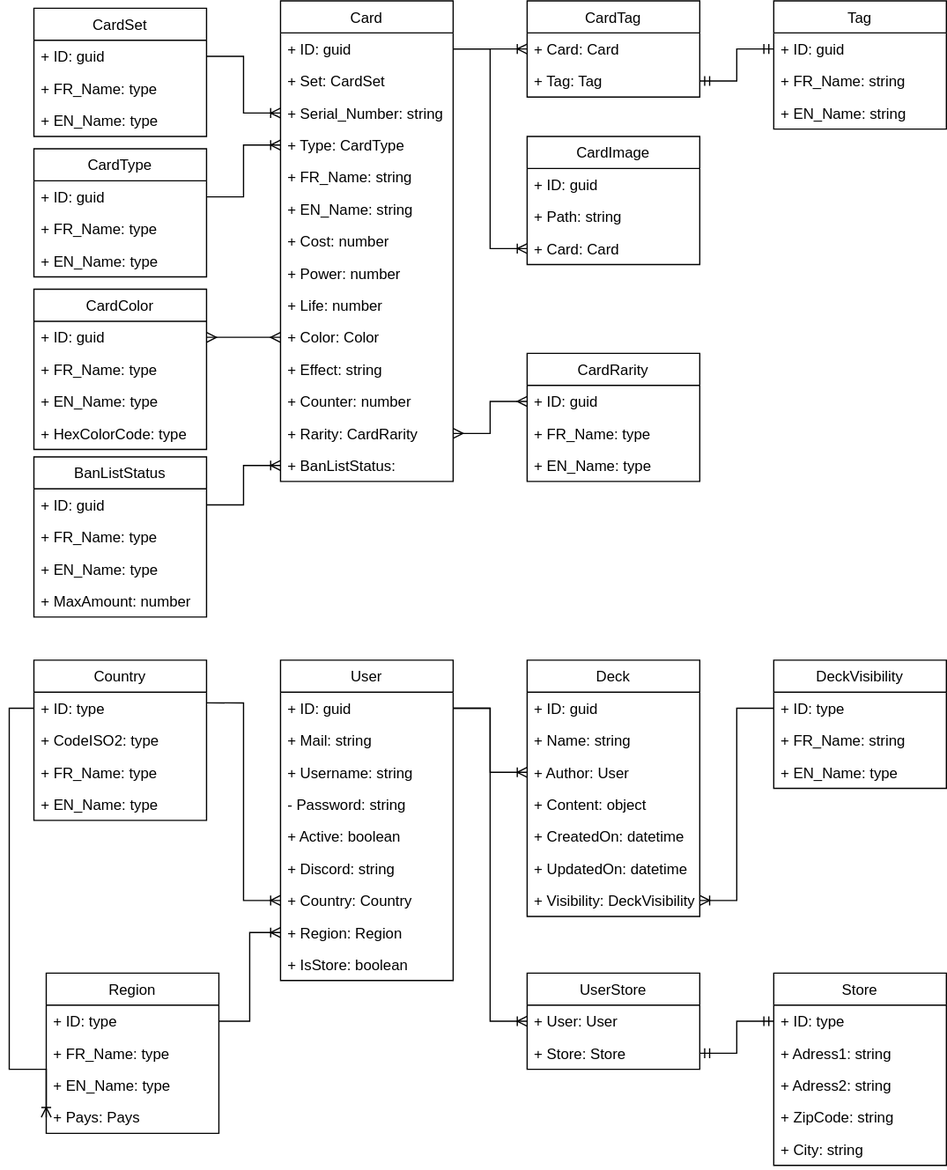
Earlier version of the draw.io export OPTCG_Diagram_Preview.drawio.svg (Yohan-Frmt/OPTCG). Source tidied: cells renumbered, new cells last; positions are measured from the earlier drawing's top-left corner, leaving out a move shared by most shapes.
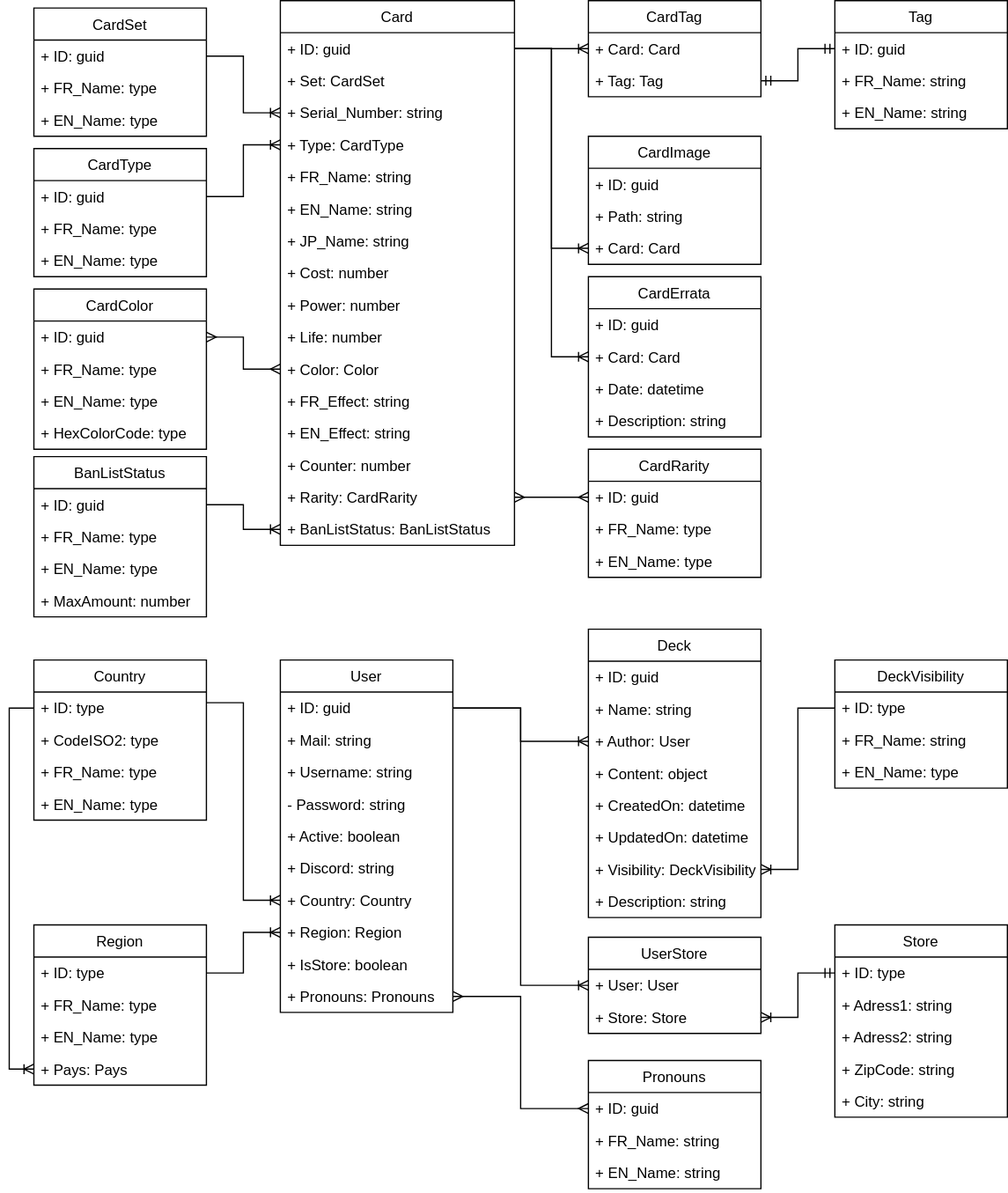
Later version of the same file.

What changed in the source:
```diff
@@ -3,52 +3,58 @@
     <mxCell id="0" />
     <mxCell id="1" parent="0" />
     <mxCell id="2" value="Card" style="swimlane;fontStyle=0;horizontal=1;startSize=26;fillColor=none;" parent="1" vertex="1">
-      <mxGeometry x="220" width="140" height="390" as="geometry" />
+      <mxGeometry x="220" width="190" height="442" as="geometry" />
     </mxCell>
     <mxCell id="3" value="+ ID: guid" style="text;strokeColor=none;fillColor=none;align=left;verticalAlign=top;spacingLeft=4;spacingRight=4;overflow=hidden;points=[[0,0.5],[1,0.5]];portConstraint=eastwest;" parent="2" vertex="1">
-      <mxGeometry y="26" width="140" height="26" as="geometry" />
+      <mxGeometry y="26" width="190" height="26" as="geometry" />
     </mxCell>
     <mxCell id="4" value="+ Set: CardSet" style="text;strokeColor=none;fillColor=none;align=left;verticalAlign=top;spacingLeft=4;spacingRight=4;overflow=hidden;" parent="2" vertex="1">
-      <mxGeometry y="52" width="140" height="26" as="geometry" />
+      <mxGeometry y="52" width="190" height="26" as="geometry" />
     </mxCell>
     <mxCell id="5" value="+ Serial_Number: string" style="text;strokeColor=none;fillColor=none;align=left;verticalAlign=top;spacingLeft=4;spacingRight=4;overflow=hidden;points=[[0,0.5],[1,0.5]];portConstraint=eastwest;" parent="2" vertex="1">
-      <mxGeometry y="78" width="140" height="26" as="geometry" />
+      <mxGeometry y="78" width="190" height="26" as="geometry" />
     </mxCell>
     <mxCell id="6" value="+ Type: CardType" style="text;strokeColor=none;fillColor=none;align=left;verticalAlign=top;spacingLeft=4;spacingRight=4;overflow=hidden;points=[[0,0.5],[1,0.5]];portConstraint=eastwest;" parent="2" vertex="1">
-      <mxGeometry y="104" width="140" height="26" as="geometry" />
+      <mxGeometry y="104" width="190" height="26" as="geometry" />
     </mxCell>
     <mxCell id="7" value="+ FR_Name: string" style="text;strokeColor=none;fillColor=none;align=left;verticalAlign=top;spacingLeft=4;spacingRight=4;overflow=hidden;" parent="2" vertex="1">
-      <mxGeometry y="130" width="140" height="26" as="geometry" />
+      <mxGeometry y="130" width="190" height="26" as="geometry" />
     </mxCell>
     <mxCell id="8" value="+ EN_Name: string" style="text;strokeColor=none;fillColor=none;align=left;verticalAlign=top;spacingLeft=4;spacingRight=4;overflow=hidden;" parent="2" vertex="1">
-      <mxGeometry y="156" width="140" height="26" as="geometry" />
+      <mxGeometry y="156" width="190" height="26" as="geometry" />
     </mxCell>
+    <mxCell id="106" value="+ JP_Name: string" style="text;strokeColor=none;fillColor=none;align=left;verticalAlign=top;spacingLeft=4;spacingRight=4;overflow=hidden;" parent="2" vertex="1">
+      <mxGeometry y="182" width="190" height="26" as="geometry" />
+    </mxCell>
     <mxCell id="9" value="+ Cost: number" style="text;strokeColor=none;fillColor=none;align=left;verticalAlign=top;spacingLeft=4;spacingRight=4;overflow=hidden;" parent="2" vertex="1">
-      <mxGeometry y="182" width="140" height="26" as="geometry" />
+      <mxGeometry y="208" width="190" height="26" as="geometry" />
     </mxCell>
     <mxCell id="10" value="+ Power: number" style="text;strokeColor=none;fillColor=none;align=left;verticalAlign=top;spacingLeft=4;spacingRight=4;overflow=hidden;" parent="2" vertex="1">
-      <mxGeometry y="208" width="140" height="26" as="geometry" />
+      <mxGeometry y="234" width="190" height="26" as="geometry" />
     </mxCell>
     <mxCell id="11" value="+ Life: number" style="text;strokeColor=none;fillColor=none;align=left;verticalAlign=top;spacingLeft=4;spacingRight=4;overflow=hidden;" parent="2" vertex="1">
-      <mxGeometry y="234" width="140" height="26" as="geometry" />
+      <mxGeometry y="260" width="190" height="26" as="geometry" />
     </mxCell>
     <mxCell id="12" value="+ Color: Color" style="text;strokeColor=none;fillColor=none;align=left;verticalAlign=top;spacingLeft=4;spacingRight=4;overflow=hidden;points=[[0,0.5],[1,0.5]];portConstraint=eastwest;" parent="2" vertex="1">
-      <mxGeometry y="260" width="140" height="26" as="geometry" />
+      <mxGeometry y="286" width="190" height="26" as="geometry" />
     </mxCell>
-    <mxCell id="13" value="+ Effect: string" style="text;strokeColor=none;fillColor=none;align=left;verticalAlign=top;spacingLeft=4;spacingRight=4;overflow=hidden;" parent="2" vertex="1">
-      <mxGeometry y="286" width="140" height="26" as="geometry" />
+    <mxCell id="13" value="+ FR_Effect: string" style="text;strokeColor=none;fillColor=none;align=left;verticalAlign=top;spacingLeft=4;spacingRight=4;overflow=hidden;" parent="2" vertex="1">
+      <mxGeometry y="312" width="190" height="26" as="geometry" />
     </mxCell>
+    <mxCell id="107" value="+ EN_Effect: string" style="text;strokeColor=none;fillColor=none;align=left;verticalAlign=top;spacingLeft=4;spacingRight=4;overflow=hidden;" parent="2" vertex="1">
+      <mxGeometry y="338" width="190" height="26" as="geometry" />
+    </mxCell>
     <mxCell id="14" value="+ Counter: number" style="text;strokeColor=none;fillColor=none;align=left;verticalAlign=top;spacingLeft=4;spacingRight=4;overflow=hidden;" parent="2" vertex="1">
-      <mxGeometry y="312" width="140" height="26" as="geometry" />
+      <mxGeometry y="364" width="190" height="26" as="geometry" />
     </mxCell>
     <mxCell id="15" value="+ Rarity: CardRarity" style="text;strokeColor=none;fillColor=none;align=left;verticalAlign=top;spacingLeft=4;spacingRight=4;overflow=hidden;points=[[0,0.5],[1,0.5]];portConstraint=eastwest;" parent="2" vertex="1">
-      <mxGeometry y="338" width="140" height="26" as="geometry" />
+      <mxGeometry y="390" width="190" height="26" as="geometry" />
     </mxCell>
-    <mxCell id="16" value="+ BanListStatus: " style="text;strokeColor=none;fillColor=none;align=left;verticalAlign=top;spacingLeft=4;spacingRight=4;overflow=hidden;points=[[0,0.5],[1,0.5]];portConstraint=eastwest;" parent="2" vertex="1">
-      <mxGeometry y="364" width="140" height="26" as="geometry" />
+    <mxCell id="16" value="+ BanListStatus: BanListStatus" style="text;strokeColor=none;fillColor=none;align=left;verticalAlign=top;spacingLeft=4;spacingRight=4;overflow=hidden;points=[[0,0.5],[1,0.5]];portConstraint=eastwest;" parent="2" vertex="1">
+      <mxGeometry y="416" width="190" height="26" as="geometry" />
     </mxCell>
     <mxCell id="17" value="Tag" style="swimlane;fontStyle=0;horizontal=1;startSize=26;fillColor=none;" parent="1" vertex="1">
-      <mxGeometry x="620" width="140" height="104" as="geometry" />
+      <mxGeometry x="670" width="140" height="104" as="geometry" />
     </mxCell>
     <mxCell id="18" value="+ ID: guid" style="text;strokeColor=none;fillColor=none;align=left;verticalAlign=top;spacingLeft=4;spacingRight=4;overflow=hidden;points=[[0,0.5],[1,0.5]];portConstraint=eastwest;" parent="17" vertex="1">
       <mxGeometry y="26" width="140" height="26" as="geometry" />
@@ -59,13 +65,11 @@
     <mxCell id="20" value="+ EN_Name: string" style="text;strokeColor=none;fillColor=none;align=left;verticalAlign=top;spacingLeft=4;spacingRight=4;overflow=hidden;" parent="17" vertex="1">
       <mxGeometry y="78" width="140" height="26" as="geometry" />
     </mxCell>
-    <mxCell id="21" style="edgeStyle=entityRelationEdgeStyle;fontSize=12;html=1;endArrow=ERoneToMany;rounded=0;jumpStyle=line;exitX=1;exitY=0.5;exitDx=0;exitDy=0;" parent="1" edge="1" source="3">
-      <mxGeometry relative="1" as="geometry">
-        <mxPoint x="420" y="39" as="targetPoint" />
-      </mxGeometry>
+    <mxCell id="21" style="edgeStyle=entityRelationEdgeStyle;fontSize=12;html=1;endArrow=ERoneToMany;rounded=0;jumpStyle=line;exitX=1;exitY=0.5;exitDx=0;exitDy=0;entryX=0;entryY=0.5;entryDx=0;entryDy=0;" parent="1" edge="1" source="3" target="23">
+      <mxGeometry relative="1" as="geometry" />
     </mxCell>
     <mxCell id="22" value="CardTag" style="swimlane;fontStyle=0;horizontal=1;startSize=26;fillColor=none;" parent="1" vertex="1">
-      <mxGeometry x="420" width="140" height="78" as="geometry" />
+      <mxGeometry x="470" width="140" height="78" as="geometry" />
     </mxCell>
     <mxCell id="23" value="+ Card: Card" style="text;strokeColor=none;fillColor=none;align=left;verticalAlign=top;spacingLeft=4;spacingRight=4;overflow=hidden;points=[[0,0.5],[1,0.5]];portConstraint=eastwest;" parent="22" vertex="1">
       <mxGeometry y="26" width="140" height="26" as="geometry" />
@@ -77,7 +81,7 @@
       <mxGeometry relative="1" as="geometry" />
     </mxCell>
     <mxCell id="26" value="CardImage" style="swimlane;fontStyle=0;horizontal=1;startSize=26;fillColor=none;" parent="1" vertex="1">
-      <mxGeometry x="420" y="110" width="140" height="104" as="geometry" />
+      <mxGeometry x="470" y="110" width="140" height="104" as="geometry" />
     </mxCell>
     <mxCell id="27" value="+ ID: guid" style="text;strokeColor=none;fillColor=none;align=left;verticalAlign=top;spacingLeft=4;spacingRight=4;overflow=hidden;" parent="26" vertex="1">
       <mxGeometry y="26" width="140" height="26" as="geometry" />
@@ -125,7 +129,7 @@
       <mxGeometry relative="1" as="geometry" />
     </mxCell>
     <mxCell id="42" value="CardRarity" style="swimlane;fontStyle=0;horizontal=1;startSize=26;fillColor=none;" parent="1" vertex="1">
-      <mxGeometry x="420" y="286" width="140" height="104" as="geometry" />
+      <mxGeometry x="470" y="364" width="140" height="104" as="geometry" />
     </mxCell>
     <mxCell id="43" value="+ ID: guid" style="text;strokeColor=none;fillColor=none;align=left;verticalAlign=top;spacingLeft=4;spacingRight=4;overflow=hidden;points=[[0,0.5],[1,0.5]];portConstraint=eastwest;" parent="42" vertex="1">
       <mxGeometry y="26" width="140" height="26" as="geometry" />
@@ -155,7 +159,7 @@
       <mxGeometry relative="1" as="geometry" />
     </mxCell>
     <mxCell id="52" value="Deck" style="swimlane;fontStyle=0;horizontal=1;startSize=26;fillColor=none;" parent="1" vertex="1">
-      <mxGeometry x="420" y="535" width="140" height="208" as="geometry" />
+      <mxGeometry x="470" y="510" width="140" height="234" as="geometry" />
     </mxCell>
     <mxCell id="53" value="+ ID: guid" style="text;strokeColor=none;fillColor=none;align=left;verticalAlign=top;spacingLeft=4;spacingRight=4;overflow=hidden;" parent="52" vertex="1">
       <mxGeometry y="26" width="140" height="26" as="geometry" />
@@ -178,6 +182,9 @@
     <mxCell id="59" value="+ Visibility: DeckVisibility" style="text;strokeColor=none;fillColor=none;align=left;verticalAlign=top;spacingLeft=4;spacingRight=4;overflow=hidden;points=[[0,0.5],[1,0.5]];portConstraint=eastwest;" parent="52" vertex="1">
       <mxGeometry y="182" width="140" height="26" as="geometry" />
     </mxCell>
+    <mxCell id="108" value="+ Description: string" style="text;strokeColor=none;fillColor=none;align=left;verticalAlign=top;spacingLeft=4;spacingRight=4;overflow=hidden;" parent="52" vertex="1">
+      <mxGeometry y="208" width="140" height="26" as="geometry" />
+    </mxCell>
     <mxCell id="60" value="BanListStatus" style="swimlane;fontStyle=0;horizontal=1;startSize=26;fillColor=none;" parent="1" vertex="1">
       <mxGeometry x="20" y="370" width="140" height="130" as="geometry" />
     </mxCell>
@@ -197,7 +204,7 @@
       <mxGeometry relative="1" as="geometry" />
     </mxCell>
     <mxCell id="66" value="User" style="swimlane;fontStyle=0;horizontal=1;startSize=26;fillColor=none;" parent="1" vertex="1">
-      <mxGeometry x="220" y="535" width="140" height="260" as="geometry" />
+      <mxGeometry x="220" y="535" width="140" height="286" as="geometry" />
     </mxCell>
     <mxCell id="67" value="+ ID: guid" style="text;strokeColor=none;fillColor=none;align=left;verticalAlign=top;spacingLeft=4;spacingRight=4;overflow=hidden;points=[[0,0.5],[1,0.5]];portConstraint=eastwest;" parent="66" vertex="1">
       <mxGeometry y="26" width="140" height="26" as="geometry" />
@@ -226,8 +233,11 @@
     <mxCell id="75" value="+ IsStore: boolean" style="text;strokeColor=none;fillColor=none;align=left;verticalAlign=top;spacingLeft=4;spacingRight=4;overflow=hidden;" parent="66" vertex="1">
       <mxGeometry y="234" width="140" height="26" as="geometry" />
     </mxCell>
+    <mxCell id="109" value="+ Pronouns: Pronouns" style="text;strokeColor=none;fillColor=none;align=left;verticalAlign=top;spacingLeft=4;spacingRight=4;overflow=hidden;points=[[0,0.5],[1,0.5]];portConstraint=eastwest;" parent="66" vertex="1">
+      <mxGeometry y="260" width="140" height="26" as="geometry" />
+    </mxCell>
     <mxCell id="76" value="DeckVisibility" style="swimlane;fontStyle=0;horizontal=1;startSize=26;fillColor=none;" parent="1" vertex="1">
-      <mxGeometry x="620" y="535" width="140" height="104" as="geometry" />
+      <mxGeometry x="670" y="535" width="140" height="104" as="geometry" />
     </mxCell>
     <mxCell id="77" value="+ ID: type" style="text;strokeColor=none;fillColor=none;align=left;verticalAlign=top;spacingLeft=4;spacingRight=4;overflow=hidden;points=[[0,0.5],[1,0.5]];portConstraint=eastwest;" parent="76" vertex="1">
       <mxGeometry y="26" width="140" height="26" as="geometry" />
@@ -263,7 +273,7 @@
       <mxGeometry relative="1" as="geometry" />
     </mxCell>
     <mxCell id="88" value="Region" style="swimlane;fontStyle=0;horizontal=1;startSize=26;fillColor=none;" parent="1" vertex="1">
-      <mxGeometry x="30" y="789" width="140" height="130" as="geometry" />
+      <mxGeometry x="20" y="750" width="140" height="130" as="geometry" />
     </mxCell>
     <mxCell id="89" value="+ ID: type" style="text;strokeColor=none;fillColor=none;align=left;verticalAlign=top;spacingLeft=4;spacingRight=4;overflow=hidden;points=[[0,0.5],[1,0.5]];portConstraint=eastwest;" parent="88" vertex="1">
       <mxGeometry y="26" width="140" height="26" as="geometry" />
@@ -289,7 +299,7 @@
       <mxGeometry relative="1" as="geometry" />
     </mxCell>
     <mxCell id="95" value="Store" style="swimlane;fontStyle=0;horizontal=1;startSize=26;fillColor=none;" parent="1" vertex="1">
-      <mxGeometry x="620" y="789" width="140" height="156" as="geometry" />
+      <mxGeometry x="670" y="750" width="140" height="156" as="geometry" />
     </mxCell>
     <mxCell id="96" value="+ ID: type" style="text;strokeColor=none;fillColor=none;align=left;verticalAlign=top;spacingLeft=4;spacingRight=4;overflow=hidden;points=[[0,0.5],[1,0.5]];portConstraint=eastwest;" parent="95" vertex="1">
       <mxGeometry y="26" width="140" height="26" as="geometry" />
@@ -307,7 +317,7 @@
       <mxGeometry y="130" width="140" height="26" as="geometry" />
     </mxCell>
     <mxCell id="101" value="UserStore" style="swimlane;fontStyle=0;horizontal=1;startSize=26;fillColor=none;" parent="1" vertex="1">
-      <mxGeometry x="420" y="789" width="140" height="78" as="geometry" />
+      <mxGeometry x="470" y="760" width="140" height="78" as="geometry" />
     </mxCell>
     <mxCell id="102" value="+ User: User" style="text;strokeColor=none;fillColor=none;align=left;verticalAlign=top;spacingLeft=4;spacingRight=4;overflow=hidden;points=[[0,0.5],[1,0.5]];portConstraint=eastwest;" parent="101" vertex="1">
       <mxGeometry y="26" width="140" height="26" as="geometry" />
@@ -318,8 +328,46 @@
     <mxCell id="104" style="edgeStyle=orthogonalEdgeStyle;rounded=0;jumpStyle=line;jettySize=auto;html=1;exitX=0;exitY=0.5;exitDx=0;exitDy=0;startArrow=ERoneToMany;startFill=0;endArrow=none;endFill=0;" parent="1" edge="1" source="102" target="67">
       <mxGeometry relative="1" as="geometry" />
     </mxCell>
-    <mxCell id="105" style="edgeStyle=orthogonalEdgeStyle;rounded=0;jumpStyle=line;jettySize=auto;html=1;exitX=1;exitY=0.5;exitDx=0;exitDy=0;entryX=0;entryY=0.5;entryDx=0;entryDy=0;startArrow=ERmandOne;startFill=0;endArrow=ERmandOne;endFill=0;" parent="1" edge="1" source="103" target="96">
+    <mxCell id="105" style="edgeStyle=orthogonalEdgeStyle;rounded=0;jumpStyle=line;jettySize=auto;html=1;exitX=1;exitY=0.5;exitDx=0;exitDy=0;entryX=0;entryY=0.5;entryDx=0;entryDy=0;startArrow=ERoneToMany;startFill=0;endArrow=ERmandOne;endFill=0;" parent="1" edge="1" source="103" target="96">
       <mxGeometry relative="1" as="geometry" />
     </mxCell>
+    <mxCell id="110" value="CardErrata" style="swimlane;fontStyle=0;horizontal=1;startSize=26;fillColor=none;" parent="1" vertex="1">
+      <mxGeometry x="470" y="224" width="140" height="130" as="geometry" />
+    </mxCell>
+    <mxCell id="111" value="+ ID: guid" style="text;strokeColor=none;fillColor=none;align=left;verticalAlign=top;spacingLeft=4;spacingRight=4;overflow=hidden;" parent="110" vertex="1">
+      <mxGeometry y="26" width="140" height="26" as="geometry" />
+    </mxCell>
+    <mxCell id="112" value="+ Card: Card" style="text;strokeColor=none;fillColor=none;align=left;verticalAlign=top;spacingLeft=4;spacingRight=4;overflow=hidden;points=[[0,0.5],[1,0.5]];portConstraint=eastwest;" parent="110" vertex="1">
+      <mxGeometry y="52" width="140" height="26" as="geometry" />
+    </mxCell>
+    <mxCell id="113" value="+ Date: datetime" style="text;strokeColor=none;fillColor=none;align=left;verticalAlign=top;spacingLeft=4;spacingRight=4;overflow=hidden;" parent="110" vertex="1">
+      <mxGeometry y="78" width="140" height="26" as="geometry" />
+    </mxCell>
+    <mxCell id="114" value="+ Description: string" style="text;strokeColor=none;fillColor=none;align=left;verticalAlign=top;spacingLeft=4;spacingRight=4;overflow=hidden;" parent="110" vertex="1">
+      <mxGeometry y="104" width="140" height="26" as="geometry" />
+    </mxCell>
+    <mxCell id="115" style="edgeStyle=orthogonalEdgeStyle;rounded=0;jumpStyle=line;jettySize=auto;html=1;exitX=0;exitY=0.5;exitDx=0;exitDy=0;entryX=1;entryY=0.5;entryDx=0;entryDy=0;startArrow=ERoneToMany;startFill=0;endArrow=none;endFill=0;" parent="1" edge="1" source="112" target="3">
+      <mxGeometry relative="1" as="geometry">
+        <Array as="points">
+          <mxPoint x="440" y="289" />
+          <mxPoint x="440" y="39" />
+        </Array>
+      </mxGeometry>
+    </mxCell>
+    <mxCell id="116" value="Pronouns" style="swimlane;fontStyle=0;horizontal=1;startSize=26;fillColor=none;" parent="1" vertex="1">
+      <mxGeometry x="470" y="860" width="140" height="104" as="geometry" />
+    </mxCell>
+    <mxCell id="117" value="+ ID: guid" style="text;strokeColor=none;fillColor=none;align=left;verticalAlign=top;spacingLeft=4;spacingRight=4;overflow=hidden;points=[[0,0.5],[1,0.5]];portConstraint=eastwest;" parent="116" vertex="1">
+      <mxGeometry y="26" width="140" height="26" as="geometry" />
+    </mxCell>
+    <mxCell id="118" value="+ FR_Name: string" style="text;strokeColor=none;fillColor=none;align=left;verticalAlign=top;spacingLeft=4;spacingRight=4;overflow=hidden;" parent="116" vertex="1">
+      <mxGeometry y="52" width="140" height="26" as="geometry" />
+    </mxCell>
+    <mxCell id="119" value="+ EN_Name: string" style="text;strokeColor=none;fillColor=none;align=left;verticalAlign=top;spacingLeft=4;spacingRight=4;overflow=hidden;" parent="116" vertex="1">
+      <mxGeometry y="78" width="140" height="26" as="geometry" />
+    </mxCell>
+    <mxCell id="120" style="edgeStyle=orthogonalEdgeStyle;rounded=0;jumpStyle=line;jettySize=auto;html=1;exitX=0;exitY=0.5;exitDx=0;exitDy=0;entryX=1;entryY=0.5;entryDx=0;entryDy=0;startArrow=ERmany;startFill=0;endArrow=ERmany;endFill=0;" parent="1" edge="1" source="117" target="109">
+      <mxGeometry relative="1" as="geometry" />
+    </mxCell>
   </root>
 </mxGraphModel>
```
